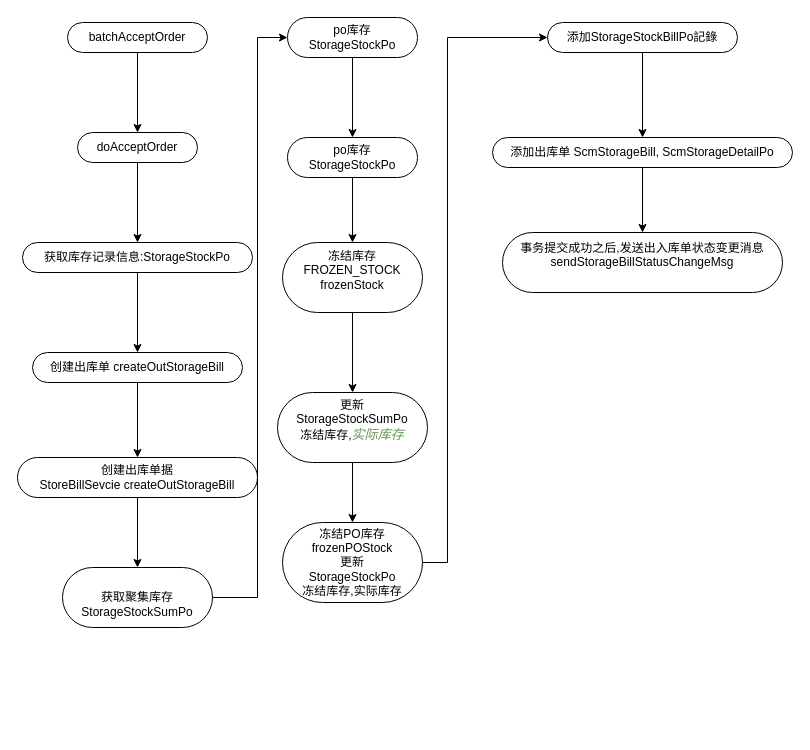
yi2003/diagram keeps this draw.io diagram as b2b-接单.drawio. Above is the earlier version. Source tidied: cells renumbered, new cells numbered last; positions are measured from the earlier drawing's top-left corner, leaving out a move shared by most shapes. Both pictures are drawn from the tidied source at 100%, with x=0, y=0 at pixel (17, 17).
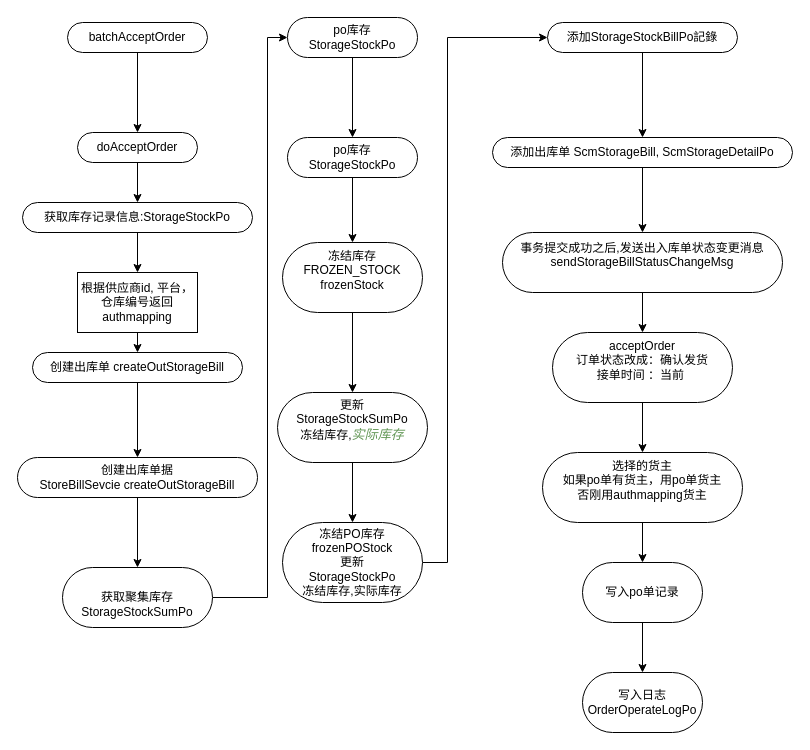
Above is the later version.

Unchanged cells that the change refers to:
```xml
<mxCell id="9" value="创建出库单 createOutStorageBill" style="whiteSpace=wrap;html=1;rounded=1;arcSize=50;align=center;verticalAlign=middle;strokeWidth=1;spacing=4;newEdgeStyle={&quot;edgeStyle&quot;:&quot;entityRelationEdgeStyle&quot;,&quot;startArrow&quot;:&quot;none&quot;,&quot;endArrow&quot;:&quot;none&quot;,&quot;segment&quot;:10,&quot;curved&quot;:1};direction=west;" parent="1" vertex="1">
  <mxGeometry x="15" y="335" width="210" height="30" as="geometry" />
</mxCell>
<mxCell id="13" value="&lt;div&gt;&lt;br&gt;&lt;/div&gt;&lt;div&gt;获取聚集库存&lt;/div&gt;&lt;div&gt;StorageStockSumPo&lt;/div&gt;" style="whiteSpace=wrap;html=1;rounded=1;arcSize=50;align=center;verticalAlign=middle;strokeWidth=1;spacing=4;newEdgeStyle={&quot;edgeStyle&quot;:&quot;entityRelationEdgeStyle&quot;,&quot;startArrow&quot;:&quot;none&quot;,&quot;endArrow&quot;:&quot;none&quot;,&quot;segment&quot;:10,&quot;curved&quot;:1};direction=west;" parent="1" vertex="1">
  <mxGeometry x="45" y="550" width="150" height="60" as="geometry" />
</mxCell>
<mxCell id="15" value="&lt;div&gt;po库存&lt;/div&gt;&lt;div&gt;StorageStockPo&lt;/div&gt;" style="whiteSpace=wrap;html=1;rounded=1;arcSize=50;align=center;verticalAlign=middle;strokeWidth=1;spacing=4;newEdgeStyle={&quot;edgeStyle&quot;:&quot;entityRelationEdgeStyle&quot;,&quot;startArrow&quot;:&quot;none&quot;,&quot;endArrow&quot;:&quot;none&quot;,&quot;segment&quot;:10,&quot;curved&quot;:1};direction=west;" parent="1" vertex="1">
  <mxGeometry x="270" width="130" height="40" as="geometry" />
</mxCell>
<mxCell id="28" value="&lt;div&gt;事务提交成功之后,发送出入库单状态变更消息&lt;/div&gt;&lt;div&gt;sendStorageBillStatusChangeMsg&lt;/div&gt;&lt;div&gt;&lt;br&gt;&lt;/div&gt;" style="whiteSpace=wrap;html=1;rounded=1;arcSize=50;align=center;verticalAlign=middle;strokeWidth=1;spacing=4;newEdgeStyle={&quot;edgeStyle&quot;:&quot;entityRelationEdgeStyle&quot;,&quot;startArrow&quot;:&quot;none&quot;,&quot;endArrow&quot;:&quot;none&quot;,&quot;segment&quot;:10,&quot;curved&quot;:1};direction=west;" parent="1" vertex="1">
  <mxGeometry x="485" y="215" width="280" height="60" as="geometry" />
</mxCell>
```

What changed in the source:
```diff
@@
-    <mxCell id="6" style="edgeStyle=orthogonalEdgeStyle;rounded=0;jettySize=auto;html=1;" parent="1" edge="1" source="7" target="9">
-      <mxGeometry relative="1" as="geometry" />
-    </mxCell>
+    <mxCell id="29" style="edgeStyle=orthogonalEdgeStyle;rounded=0;jettySize=auto;html=1;entryX=0.5;entryY=0;entryDx=0;entryDy=0;" parent="1" edge="1" source="7" target="36">
+      <mxGeometry relative="1" as="geometry" />
+    </mxCell>
     <mxCell id="7" value="获取库存记录信息:StorageStockPo" style="whiteSpace=wrap;html=1;rounded=1;arcSize=50;align=center;verticalAlign=middle;strokeWidth=1;spacing=4;newEdgeStyle={&quot;edgeStyle&quot;:&quot;entityRelationEdgeStyle&quot;,&quot;startArrow&quot;:&quot;none&quot;,&quot;endArrow&quot;:&quot;none&quot;,&quot;segment&quot;:10,&quot;curved&quot;:1};direction=west;" parent="1" vertex="1">
-      <mxGeometry x="5" y="225" width="230" height="30" as="geometry" />
+      <mxGeometry x="5" y="185" width="230" height="30" as="geometry" />
     </mxCell>
@@
     <mxCell id="12" style="edgeStyle=orthogonalEdgeStyle;rounded=0;jettySize=auto;html=1;" parent="1" edge="1" source="13" target="15">
       <mxGeometry relative="1" as="geometry">
         <Array as="points">
-          <mxPoint x="240" y="580" />
-          <mxPoint x="240" y="20" />
+          <mxPoint x="250" y="580" />
+          <mxPoint x="250" y="20" />
         </Array>
       </mxGeometry>
     </mxCell>
@@
+    <mxCell id="30" style="edgeStyle=orthogonalEdgeStyle;rounded=0;jettySize=auto;html=1;" parent="1" edge="1" source="28" target="32">
+      <mxGeometry relative="1" as="geometry" />
+    </mxCell>
@@
+    <mxCell id="31" style="edgeStyle=orthogonalEdgeStyle;rounded=0;jettySize=auto;html=1;" parent="1" edge="1" source="32" target="34">
+      <mxGeometry relative="1" as="geometry" />
+    </mxCell>
+    <mxCell id="32" value="&lt;div&gt;&lt;div&gt;acceptOrder&lt;/div&gt;&lt;div&gt;订单状态改成：确认发货&lt;/div&gt;&lt;div&gt;接单时间 ：当前&amp;nbsp;&lt;/div&gt;&lt;/div&gt;&lt;div&gt;&lt;br&gt;&lt;/div&gt;" style="whiteSpace=wrap;html=1;rounded=1;arcSize=50;align=center;verticalAlign=middle;strokeWidth=1;spacing=4;newEdgeStyle={&quot;edgeStyle&quot;:&quot;entityRelationEdgeStyle&quot;,&quot;startArrow&quot;:&quot;none&quot;,&quot;endArrow&quot;:&quot;none&quot;,&quot;segment&quot;:10,&quot;curved&quot;:1};direction=west;" parent="1" vertex="1">
+      <mxGeometry x="535" y="315" width="180" height="70" as="geometry" />
+    </mxCell>
+    <mxCell id="33" style="edgeStyle=orthogonalEdgeStyle;rounded=0;jettySize=auto;html=1;" parent="1" edge="1" source="34" target="38">
+      <mxGeometry relative="1" as="geometry" />
+    </mxCell>
+    <mxCell id="34" value="&lt;div&gt;&lt;div&gt;选择的货主&lt;/div&gt;&lt;div&gt;如果po单有货主，用po单货主&lt;/div&gt;&lt;div&gt;否刚用authmapping货主&lt;/div&gt;&lt;/div&gt;&lt;div&gt;&lt;br&gt;&lt;/div&gt;" style="whiteSpace=wrap;html=1;rounded=1;arcSize=50;align=center;verticalAlign=middle;strokeWidth=1;spacing=4;newEdgeStyle={&quot;edgeStyle&quot;:&quot;entityRelationEdgeStyle&quot;,&quot;startArrow&quot;:&quot;none&quot;,&quot;endArrow&quot;:&quot;none&quot;,&quot;segment&quot;:10,&quot;curved&quot;:1};direction=west;" parent="1" vertex="1">
+      <mxGeometry x="525" y="435" width="200" height="70" as="geometry" />
+    </mxCell>
+    <mxCell id="35" style="edgeStyle=orthogonalEdgeStyle;rounded=0;jettySize=auto;html=1;" parent="1" edge="1" source="36" target="9">
+      <mxGeometry relative="1" as="geometry">
+        <Array as="points">
+          <mxPoint x="120" y="305" />
+        </Array>
+      </mxGeometry>
+    </mxCell>
+    <mxCell id="36" value="根据供应商id, 平台， 仓库编号返回authmapping" style="whiteSpace=wrap;html=1;" parent="1" vertex="1">
+      <mxGeometry x="60" y="255" width="120" height="60" as="geometry" />
+    </mxCell>
+    <mxCell id="37" style="edgeStyle=orthogonalEdgeStyle;rounded=0;jettySize=auto;html=1;" parent="1" edge="1" source="38" target="39">
+      <mxGeometry relative="1" as="geometry" />
+    </mxCell>
+    <mxCell id="38" value="写入po单记录" style="rounded=1;whiteSpace=wrap;html=1;arcSize=50;strokeWidth=1;spacing=4;" parent="1" vertex="1">
+      <mxGeometry x="565" y="545" width="120" height="60" as="geometry" />
+    </mxCell>
+    <mxCell id="39" value="写入日志&lt;br&gt;OrderOperateLogPo" style="rounded=1;whiteSpace=wrap;html=1;arcSize=50;strokeWidth=1;spacing=4;" parent="1" vertex="1">
+      <mxGeometry x="565" y="655" width="120" height="60" as="geometry" />
+    </mxCell>
```
